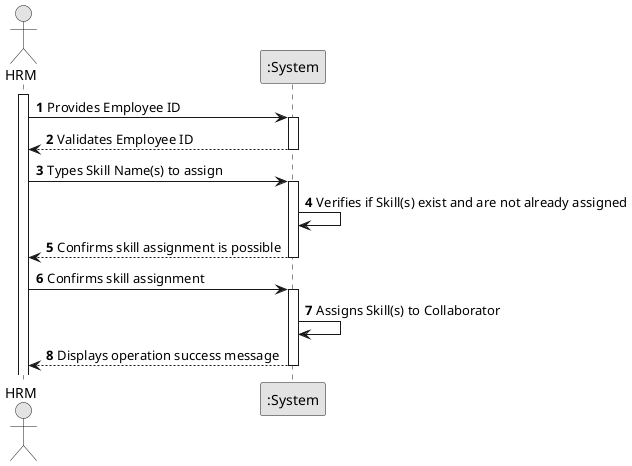
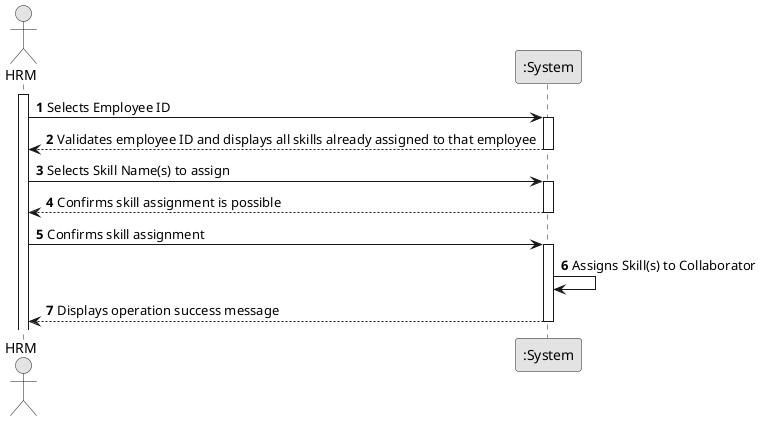
@startuml
skinparam monochrome true
skinparam packageStyle rectangle
skinparam shadowing false

autonumber

actor "HRM" as HRManager
participant ":System" as System

activate HRManager

- HRManager -> System : Provides Employee ID
+ HRManager -> System : Selects Employee ID
activate System

- System --> HRManager : Validates Employee ID
+ System --> HRManager :  Validates employee ID and displays all skills already assigned to that employee
deactivate System

- HRManager -> System : Types Skill Name(s) to assign
+ HRManager -> System : Selects Skill Name(s) to assign
activate System

- System -> System : Verifies if Skill(s) exist and are not already assigned
System --> HRManager : Confirms skill assignment is possible
deactivate System

HRManager -> System : Confirms skill assignment
activate System

System -> System : Assigns Skill(s) to Collaborator
System --> HRManager : Displays operation success message

deactivate System
@enduml
